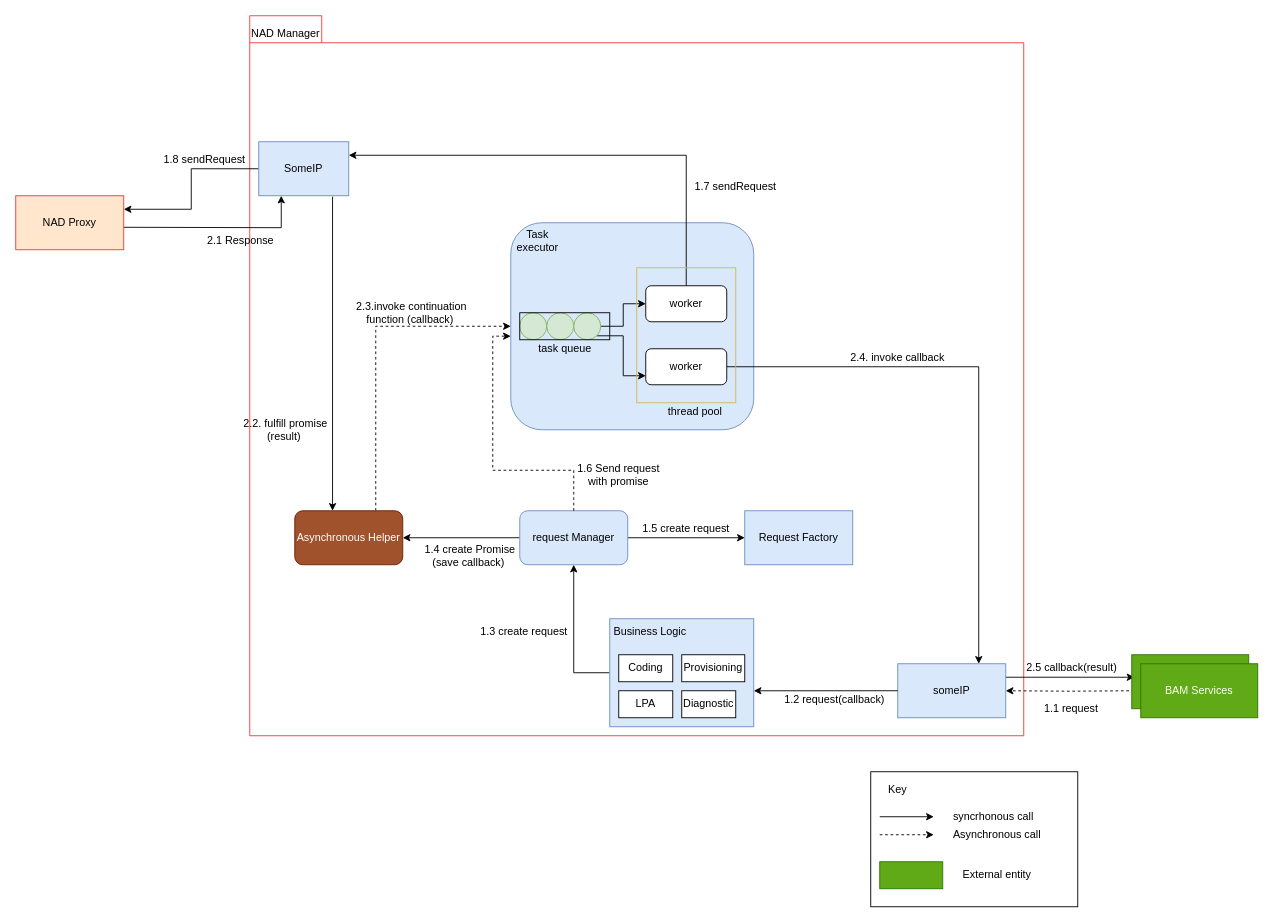
Above: page "usecase_asynhelper2" (14 of 14) of doc/SA cert/Design/scalability.drawio in taikt/codefun (draw.io), before the change. Source tidied: cells renumbered, new cells numbered last; positions are measured from the earlier drawing's top-left corner, leaving out a move shared by most shapes. Both pictures are drawn from the tidied source at 90%, with x=0, y=0 at pixel (15, 15).
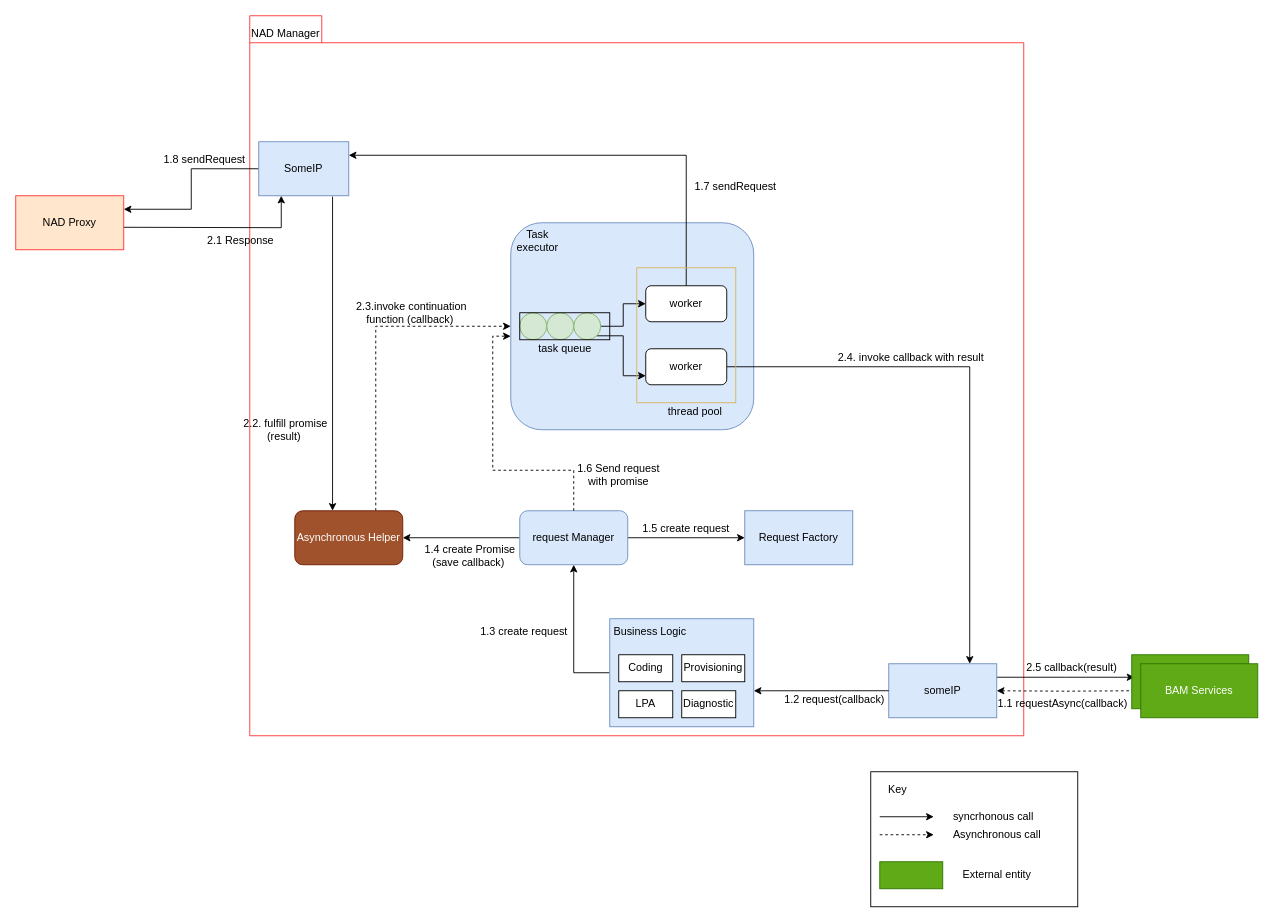
The same diagram, later.

Change to the diagram source:
```diff
@@
     <mxCell id="5" value="someIP" style="rounded=0;whiteSpace=wrap;html=1;fillColor=#dae8fc;strokeColor=#6c8ebf;" parent="1" vertex="1">
-      <mxGeometry x="980" y="720" width="120" height="60" as="geometry" />
+      <mxGeometry x="970" y="720" width="120" height="60" as="geometry" />
     </mxCell>
@@
-    <mxCell id="34" value="1.1 request" style="text;html=1;strokeColor=none;fillColor=none;align=center;verticalAlign=middle;whiteSpace=wrap;rounded=0;" parent="1" vertex="1">
-      <mxGeometry x="1133" y="760" width="80" height="20" as="geometry" />
+    <mxCell id="34" value="1.1 requestAsync(callback)" style="text;html=1;strokeColor=none;fillColor=none;align=center;verticalAlign=middle;whiteSpace=wrap;rounded=0;" parent="1" vertex="1">
+      <mxGeometry x="1077" y="755" width="173" height="20" as="geometry" />
     </mxCell>
@@
-    <mxCell id="52" value="2.4. invoke callback" style="text;html=1;strokeColor=none;fillColor=none;align=center;verticalAlign=middle;whiteSpace=wrap;rounded=0;" parent="1" vertex="1">
-      <mxGeometry x="910" y="370" width="140" height="20" as="geometry" />
+    <mxCell id="52" value="2.4. invoke callback with result" style="text;html=1;strokeColor=none;fillColor=none;align=center;verticalAlign=middle;whiteSpace=wrap;rounded=0;" parent="1" vertex="1">
+      <mxGeometry x="910" y="370" width="170" height="20" as="geometry" />
     </mxCell>
```
